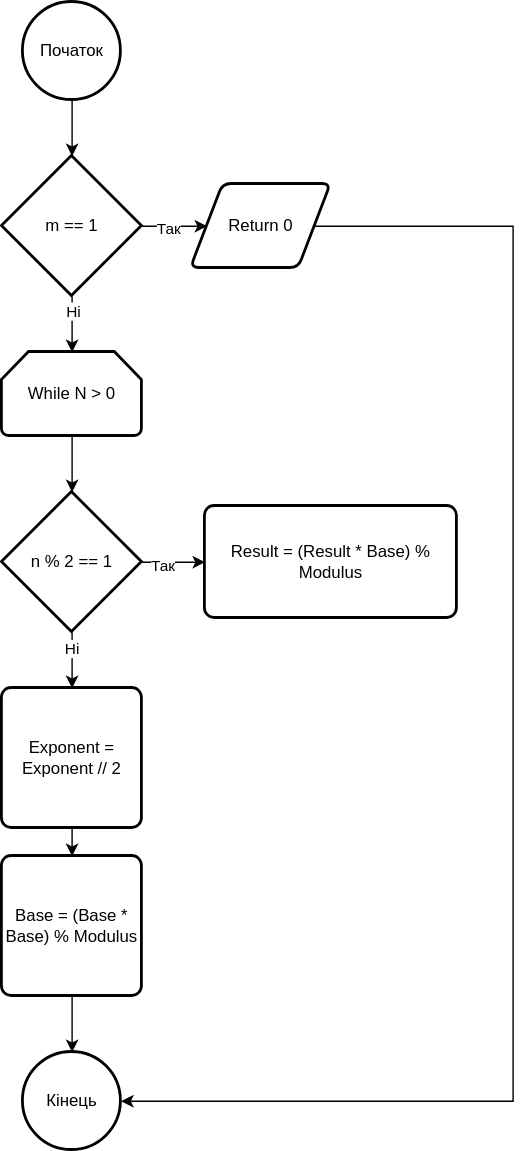
Above: 42TR Tehnologiji Rozpodilenyh System/2/binary.drawio.svg in seesmof/University-Universytet (draw.io), before the change. Source tidied: cells renumbered, new cells last; positions are measured from the earlier drawing's top-left corner, leaving out a move shared by most shapes. Its diagram source:
```xml
<mxGraphModel>
  <root>
    <mxCell id="0" />
    <mxCell id="1" parent="0" />
    <mxCell id="2" style="edgeStyle=orthogonalEdgeStyle;rounded=0;jettySize=auto;html=1;" parent="1" edge="1" source="3" target="8">
      <mxGeometry relative="1" as="geometry" />
    </mxCell>
    <mxCell id="3" value="Початок" style="strokeWidth=2;html=1;shape=mxgraph.flowchart.start_2;whiteSpace=wrap;" parent="1" vertex="1">
      <mxGeometry x="15" width="70" height="70" as="geometry" />
    </mxCell>
    <mxCell id="4" style="edgeStyle=orthogonalEdgeStyle;rounded=0;jettySize=auto;html=1;" parent="1" edge="1" source="8" target="10">
      <mxGeometry relative="1" as="geometry" />
    </mxCell>
    <mxCell id="5" value="Так" style="edgeLabel;html=1;align=center;verticalAlign=middle;" parent="4" vertex="1">
      <mxGeometry x="-0.21" y="1" relative="1" as="geometry" />
    </mxCell>
    <mxCell id="6" style="edgeStyle=orthogonalEdgeStyle;rounded=0;jettySize=auto;html=1;" parent="1" edge="1" source="8" target="12">
      <mxGeometry relative="1" as="geometry" />
    </mxCell>
    <mxCell id="7" value="Ні" style="edgeLabel;html=1;align=center;verticalAlign=middle;" parent="6" vertex="1">
      <mxGeometry x="-0.54" y="-2" relative="1" as="geometry">
        <mxPoint x="2" y="1" as="offset" />
      </mxGeometry>
    </mxCell>
    <mxCell id="8" value="m == 1" style="strokeWidth=2;html=1;shape=mxgraph.flowchart.decision;whiteSpace=wrap;" parent="1" vertex="1">
      <mxGeometry y="110" width="100" height="100" as="geometry" />
    </mxCell>
    <mxCell id="9" style="edgeStyle=orthogonalEdgeStyle;rounded=0;jettySize=auto;html=1;" parent="1" edge="1" source="10" target="23">
      <mxGeometry relative="1" as="geometry">
        <Array as="points">
          <mxPoint x="365" y="160" />
          <mxPoint x="365" y="785" />
        </Array>
      </mxGeometry>
    </mxCell>
    <mxCell id="10" value="Return 0" style="shape=parallelogram;html=1;strokeWidth=2;perimeter=parallelogramPerimeter;whiteSpace=wrap;rounded=1;arcSize=12;size=0.23;" parent="1" vertex="1">
      <mxGeometry x="135" y="130" width="100" height="60" as="geometry" />
    </mxCell>
    <mxCell id="11" style="edgeStyle=orthogonalEdgeStyle;rounded=0;jettySize=auto;html=1;" parent="1" edge="1" source="12" target="17">
      <mxGeometry relative="1" as="geometry" />
    </mxCell>
    <mxCell id="12" value="While N &amp;gt; 0" style="strokeWidth=2;html=1;shape=mxgraph.flowchart.loop_limit;whiteSpace=wrap;" parent="1" vertex="1">
      <mxGeometry y="250" width="100" height="60" as="geometry" />
    </mxCell>
    <mxCell id="13" style="edgeStyle=orthogonalEdgeStyle;rounded=0;jettySize=auto;html=1;" parent="1" edge="1" source="17" target="18">
      <mxGeometry relative="1" as="geometry" />
    </mxCell>
    <mxCell id="14" value="Так" style="edgeLabel;html=1;align=center;verticalAlign=middle;" parent="13" vertex="1">
      <mxGeometry x="-0.39" y="-2" relative="1" as="geometry" />
    </mxCell>
    <mxCell id="15" style="edgeStyle=orthogonalEdgeStyle;rounded=0;jettySize=auto;html=1;" parent="1" edge="1" source="17" target="20">
      <mxGeometry relative="1" as="geometry" />
    </mxCell>
    <mxCell id="16" value="Ні" style="edgeLabel;html=1;align=center;verticalAlign=middle;" parent="15" vertex="1">
      <mxGeometry x="-0.45" y="-1" relative="1" as="geometry" />
    </mxCell>
    <mxCell id="17" value="n % 2 == 1" style="strokeWidth=2;html=1;shape=mxgraph.flowchart.decision;whiteSpace=wrap;" parent="1" vertex="1">
      <mxGeometry y="350" width="100" height="100" as="geometry" />
    </mxCell>
    <mxCell id="18" value="Result = (Result * Base) % Modulus" style="rounded=1;whiteSpace=wrap;html=1;absoluteArcSize=1;arcSize=14;strokeWidth=2;" parent="1" vertex="1">
      <mxGeometry x="145" y="360" width="180" height="80" as="geometry" />
    </mxCell>
    <mxCell id="19" style="edgeStyle=orthogonalEdgeStyle;rounded=0;jettySize=auto;html=1;" parent="1" edge="1" source="20" target="22">
      <mxGeometry relative="1" as="geometry" />
    </mxCell>
    <mxCell id="20" value="Exponent = Exponent // 2" style="rounded=1;whiteSpace=wrap;html=1;absoluteArcSize=1;arcSize=14;strokeWidth=2;" parent="1" vertex="1">
      <mxGeometry y="490" width="100" height="100" as="geometry" />
    </mxCell>
    <mxCell id="21" style="edgeStyle=orthogonalEdgeStyle;rounded=0;jettySize=auto;html=1;" parent="1" edge="1" source="22" target="23">
      <mxGeometry relative="1" as="geometry" />
    </mxCell>
    <mxCell id="22" value="Base = (Base * Base) % Modulus" style="rounded=1;whiteSpace=wrap;html=1;absoluteArcSize=1;arcSize=14;strokeWidth=2;" parent="1" vertex="1">
      <mxGeometry y="610" width="100" height="100" as="geometry" />
    </mxCell>
    <mxCell id="23" value="Кінець" style="strokeWidth=2;html=1;shape=mxgraph.flowchart.start_2;whiteSpace=wrap;" parent="1" vertex="1">
      <mxGeometry x="15" y="750" width="70" height="70" as="geometry" />
    </mxCell>
  </root>
</mxGraphModel>
```
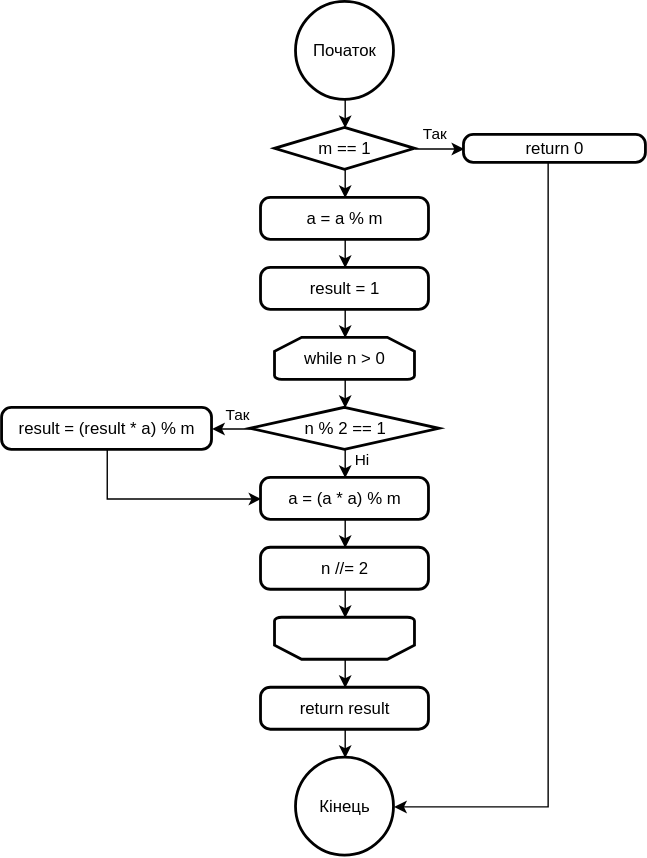
The same file after the commit.

Commit message:
feat (TR2): fix the algorithms, add correct block schemas

What changed in the source:
```diff
@@ -6,74 +6,105 @@
       <mxGeometry relative="1" as="geometry" />
     </mxCell>
     <mxCell id="3" value="Початок" style="strokeWidth=2;html=1;shape=mxgraph.flowchart.start_2;whiteSpace=wrap;" parent="1" vertex="1">
-      <mxGeometry x="15" width="70" height="70" as="geometry" />
+      <mxGeometry x="15" y="10" width="70" height="70" as="geometry" />
     </mxCell>
-    <mxCell id="4" style="edgeStyle=orthogonalEdgeStyle;rounded=0;jettySize=auto;html=1;" parent="1" edge="1" source="8" target="10">
-      <mxGeometry relative="1" as="geometry" />
-    </mxCell>
-    <mxCell id="5" value="Так" style="edgeLabel;html=1;align=center;verticalAlign=middle;" parent="4" vertex="1">
-      <mxGeometry x="-0.21" y="1" relative="1" as="geometry" />
-    </mxCell>
-    <mxCell id="6" style="edgeStyle=orthogonalEdgeStyle;rounded=0;jettySize=auto;html=1;" parent="1" edge="1" source="8" target="12">
-      <mxGeometry relative="1" as="geometry" />
-    </mxCell>
-    <mxCell id="7" value="Ні" style="edgeLabel;html=1;align=center;verticalAlign=middle;" parent="6" vertex="1">
-      <mxGeometry x="-0.54" y="-2" relative="1" as="geometry">
-        <mxPoint x="2" y="1" as="offset" />
-      </mxGeometry>
-    </mxCell>
+    <mxCell id="23" value="Кінець" style="strokeWidth=2;html=1;shape=mxgraph.flowchart.start_2;whiteSpace=wrap;" parent="1" vertex="1">
+      <mxGeometry x="15" y="550" width="70" height="70" as="geometry" />
+    </mxCell>
+    <mxCell id="24" style="edgeStyle=orthogonalEdgeStyle;rounded=0;jettySize=auto;html=1;" parent="1" edge="1" source="25" target="23">
+      <mxGeometry relative="1" as="geometry">
+        <Array as="points">
+          <mxPoint x="195" y="585" />
+        </Array>
+      </mxGeometry>
+    </mxCell>
+    <mxCell id="25" value="return 0" style="rounded=1;whiteSpace=wrap;html=1;absoluteArcSize=1;arcSize=14;strokeWidth=2;" parent="1" vertex="1">
+      <mxGeometry x="135" y="105" width="130" height="20" as="geometry" />
+    </mxCell>
+    <mxCell id="26" style="edgeStyle=orthogonalEdgeStyle;rounded=0;jettySize=auto;html=1;" parent="1" edge="1" source="8" target="25">
+      <mxGeometry relative="1" as="geometry" />
+    </mxCell>
+    <mxCell id="27" value="Так" style="edgeLabel;html=1;align=center;verticalAlign=middle;" parent="26" vertex="1">
+      <mxGeometry x="0.13" y="-3" relative="1" as="geometry">
+        <mxPoint x="-2" y="-14" as="offset" />
+      </mxGeometry>
+    </mxCell>
+    <mxCell id="28" style="edgeStyle=orthogonalEdgeStyle;rounded=0;jettySize=auto;html=1;" parent="1" edge="1" source="8" target="30">
+      <mxGeometry relative="1" as="geometry" />
+    </mxCell>
     <mxCell id="8" value="m == 1" style="strokeWidth=2;html=1;shape=mxgraph.flowchart.decision;whiteSpace=wrap;" parent="1" vertex="1">
-      <mxGeometry y="110" width="100" height="100" as="geometry" />
+      <mxGeometry y="100" width="100" height="30" as="geometry" />
     </mxCell>
-    <mxCell id="9" style="edgeStyle=orthogonalEdgeStyle;rounded=0;jettySize=auto;html=1;" parent="1" edge="1" source="10" target="23">
-      <mxGeometry relative="1" as="geometry">
-        <Array as="points">
-          <mxPoint x="365" y="160" />
-          <mxPoint x="365" y="785" />
-        </Array>
-      </mxGeometry>
-    </mxCell>
-    <mxCell id="10" value="Return 0" style="shape=parallelogram;html=1;strokeWidth=2;perimeter=parallelogramPerimeter;whiteSpace=wrap;rounded=1;arcSize=12;size=0.23;" parent="1" vertex="1">
-      <mxGeometry x="135" y="130" width="100" height="60" as="geometry" />
-    </mxCell>
-    <mxCell id="11" style="edgeStyle=orthogonalEdgeStyle;rounded=0;jettySize=auto;html=1;" parent="1" edge="1" source="12" target="17">
-      <mxGeometry relative="1" as="geometry" />
-    </mxCell>
-    <mxCell id="12" value="While N &amp;gt; 0" style="strokeWidth=2;html=1;shape=mxgraph.flowchart.loop_limit;whiteSpace=wrap;" parent="1" vertex="1">
-      <mxGeometry y="250" width="100" height="60" as="geometry" />
-    </mxCell>
-    <mxCell id="13" style="edgeStyle=orthogonalEdgeStyle;rounded=0;jettySize=auto;html=1;" parent="1" edge="1" source="17" target="18">
-      <mxGeometry relative="1" as="geometry" />
-    </mxCell>
-    <mxCell id="14" value="Так" style="edgeLabel;html=1;align=center;verticalAlign=middle;" parent="13" vertex="1">
-      <mxGeometry x="-0.39" y="-2" relative="1" as="geometry" />
-    </mxCell>
-    <mxCell id="15" style="edgeStyle=orthogonalEdgeStyle;rounded=0;jettySize=auto;html=1;" parent="1" edge="1" source="17" target="20">
-      <mxGeometry relative="1" as="geometry" />
-    </mxCell>
-    <mxCell id="16" value="Ні" style="edgeLabel;html=1;align=center;verticalAlign=middle;" parent="15" vertex="1">
-      <mxGeometry x="-0.45" y="-1" relative="1" as="geometry" />
-    </mxCell>
+    <mxCell id="29" style="edgeStyle=orthogonalEdgeStyle;rounded=0;jettySize=auto;html=1;" parent="1" edge="1" source="30" target="32">
+      <mxGeometry relative="1" as="geometry" />
+    </mxCell>
+    <mxCell id="30" value="a = a % m" style="rounded=1;whiteSpace=wrap;html=1;absoluteArcSize=1;arcSize=14;strokeWidth=2;" parent="1" vertex="1">
+      <mxGeometry x="-10" y="150" width="120" height="30" as="geometry" />
+    </mxCell>
+    <mxCell id="31" style="edgeStyle=orthogonalEdgeStyle;rounded=0;jettySize=auto;html=1;" parent="1" edge="1" source="32" target="34">
+      <mxGeometry relative="1" as="geometry" />
+    </mxCell>
+    <mxCell id="32" value="result = 1" style="rounded=1;whiteSpace=wrap;html=1;absoluteArcSize=1;arcSize=14;strokeWidth=2;" parent="1" vertex="1">
+      <mxGeometry x="-10" y="200" width="120" height="30" as="geometry" />
+    </mxCell>
+    <mxCell id="33" style="edgeStyle=orthogonalEdgeStyle;rounded=0;jettySize=auto;html=1;" parent="1" edge="1" source="34" target="17">
+      <mxGeometry relative="1" as="geometry" />
+    </mxCell>
+    <mxCell id="34" value="while n &amp;gt; 0" style="strokeWidth=2;html=1;shape=mxgraph.flowchart.loop_limit;whiteSpace=wrap;" parent="1" vertex="1">
+      <mxGeometry y="250" width="100" height="30" as="geometry" />
+    </mxCell>
+    <mxCell id="35" style="edgeStyle=orthogonalEdgeStyle;rounded=0;jettySize=auto;html=1;" parent="1" edge="1" source="17" target="40">
+      <mxGeometry relative="1" as="geometry" />
+    </mxCell>
+    <mxCell id="36" value="Так" style="edgeLabel;html=1;align=center;verticalAlign=middle;" parent="35" vertex="1">
+      <mxGeometry x="-0.58" y="-1" relative="1" as="geometry">
+        <mxPoint x="1" y="-9" as="offset" />
+      </mxGeometry>
+    </mxCell>
+    <mxCell id="37" style="edgeStyle=orthogonalEdgeStyle;rounded=0;jettySize=auto;html=1;" parent="1" edge="1" source="17" target="42">
+      <mxGeometry relative="1" as="geometry" />
+    </mxCell>
+    <mxCell id="38" value="Ні" style="edgeLabel;html=1;align=center;verticalAlign=middle;" parent="37" vertex="1">
+      <mxGeometry x="0.51" y="-1" relative="1" as="geometry">
+        <mxPoint x="13" y="2" as="offset" />
+      </mxGeometry>
+    </mxCell>
     <mxCell id="17" value="n % 2 == 1" style="strokeWidth=2;html=1;shape=mxgraph.flowchart.decision;whiteSpace=wrap;" parent="1" vertex="1">
-      <mxGeometry y="350" width="100" height="100" as="geometry" />
+      <mxGeometry x="-17.5" y="300" width="135" height="30" as="geometry" />
     </mxCell>
-    <mxCell id="18" value="Result = (Result * Base) % Modulus" style="rounded=1;whiteSpace=wrap;html=1;absoluteArcSize=1;arcSize=14;strokeWidth=2;" parent="1" vertex="1">
-      <mxGeometry x="145" y="360" width="180" height="80" as="geometry" />
-    </mxCell>
-    <mxCell id="19" style="edgeStyle=orthogonalEdgeStyle;rounded=0;jettySize=auto;html=1;" parent="1" edge="1" source="20" target="22">
-      <mxGeometry relative="1" as="geometry" />
-    </mxCell>
-    <mxCell id="20" value="Exponent = Exponent // 2" style="rounded=1;whiteSpace=wrap;html=1;absoluteArcSize=1;arcSize=14;strokeWidth=2;" parent="1" vertex="1">
-      <mxGeometry y="490" width="100" height="100" as="geometry" />
-    </mxCell>
-    <mxCell id="21" style="edgeStyle=orthogonalEdgeStyle;rounded=0;jettySize=auto;html=1;" parent="1" edge="1" source="22" target="23">
-      <mxGeometry relative="1" as="geometry" />
-    </mxCell>
-    <mxCell id="22" value="Base = (Base * Base) % Modulus" style="rounded=1;whiteSpace=wrap;html=1;absoluteArcSize=1;arcSize=14;strokeWidth=2;" parent="1" vertex="1">
-      <mxGeometry y="610" width="100" height="100" as="geometry" />
-    </mxCell>
-    <mxCell id="23" value="Кінець" style="strokeWidth=2;html=1;shape=mxgraph.flowchart.start_2;whiteSpace=wrap;" parent="1" vertex="1">
-      <mxGeometry x="15" y="750" width="70" height="70" as="geometry" />
-    </mxCell>
+    <mxCell id="39" style="edgeStyle=orthogonalEdgeStyle;rounded=0;jettySize=auto;html=1;" parent="1" edge="1" source="40" target="42">
+      <mxGeometry relative="1" as="geometry">
+        <Array as="points">
+          <mxPoint x="-120" y="365" />
+        </Array>
+      </mxGeometry>
+    </mxCell>
+    <mxCell id="40" value="result = (result * a) % m" style="rounded=1;whiteSpace=wrap;html=1;absoluteArcSize=1;arcSize=14;strokeWidth=2;" parent="1" vertex="1">
+      <mxGeometry x="-195" y="300" width="150" height="30" as="geometry" />
+    </mxCell>
+    <mxCell id="41" style="edgeStyle=orthogonalEdgeStyle;rounded=0;jettySize=auto;html=1;" parent="1" edge="1" source="42" target="44">
+      <mxGeometry relative="1" as="geometry" />
+    </mxCell>
+    <mxCell id="42" value="a = (a * a) % m" style="rounded=1;whiteSpace=wrap;html=1;absoluteArcSize=1;arcSize=14;strokeWidth=2;" parent="1" vertex="1">
+      <mxGeometry x="-10" y="350" width="120" height="30" as="geometry" />
+    </mxCell>
+    <mxCell id="43" style="edgeStyle=orthogonalEdgeStyle;rounded=0;jettySize=auto;html=1;" parent="1" edge="1" source="44" target="48">
+      <mxGeometry relative="1" as="geometry" />
+    </mxCell>
+    <mxCell id="44" value="n //= 2" style="rounded=1;whiteSpace=wrap;html=1;absoluteArcSize=1;arcSize=14;strokeWidth=2;" parent="1" vertex="1">
+      <mxGeometry x="-10" y="400" width="120" height="30" as="geometry" />
+    </mxCell>
+    <mxCell id="45" style="edgeStyle=orthogonalEdgeStyle;rounded=0;jettySize=auto;html=1;" parent="1" edge="1" source="46" target="23">
+      <mxGeometry relative="1" as="geometry" />
+    </mxCell>
+    <mxCell id="46" value="return result" style="rounded=1;whiteSpace=wrap;html=1;absoluteArcSize=1;arcSize=14;strokeWidth=2;" parent="1" vertex="1">
+      <mxGeometry x="-10" y="500" width="120" height="30" as="geometry" />
+    </mxCell>
+    <mxCell id="47" style="edgeStyle=orthogonalEdgeStyle;rounded=0;jettySize=auto;html=1;" parent="1" edge="1" source="48" target="46">
+      <mxGeometry relative="1" as="geometry" />
+    </mxCell>
+    <mxCell id="48" style="strokeWidth=2;html=1;shape=mxgraph.flowchart.loop_limit;whiteSpace=wrap;rotation=-180;" parent="1" vertex="1">
+      <mxGeometry y="450" width="100" height="30" as="geometry" />
+    </mxCell>
   </root>
 </mxGraphModel>
```
